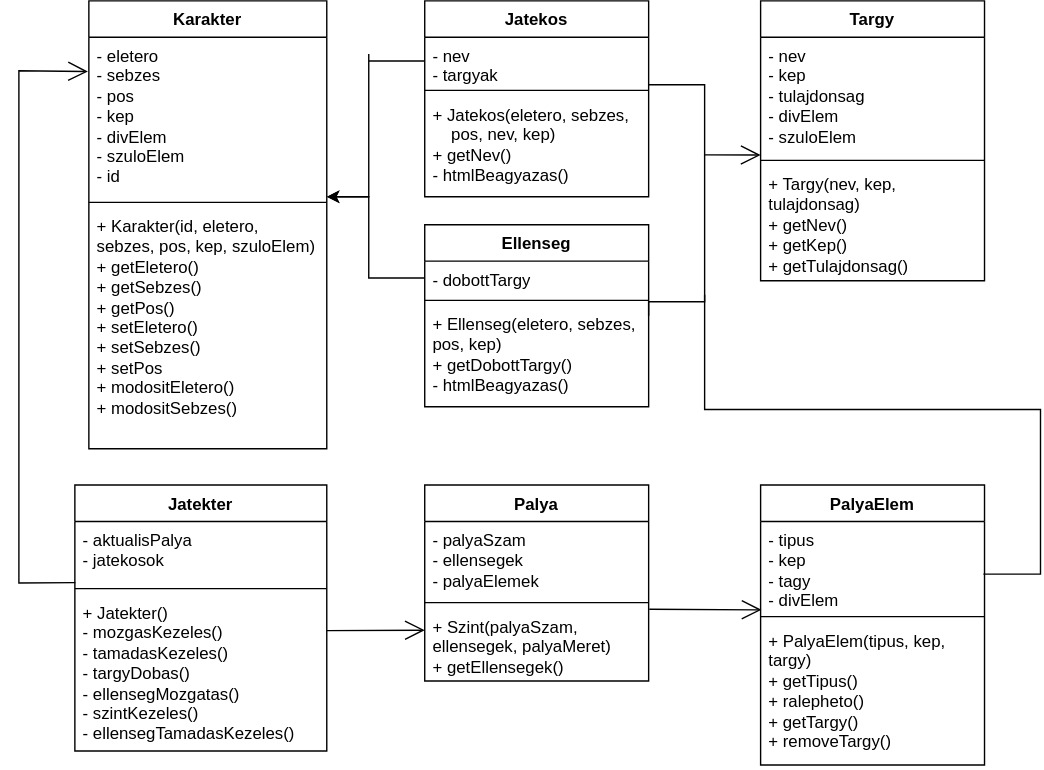
Ez-meg-egyes/Multiplayer-jatek keeps this draw.io diagram as Dokumentumok/Jatek_Osztalyok.svg. Above is the earlier version. Source tidied: cells renumbered, new cells last; positions are measured from the earlier drawing's top-left corner, leaving out a move shared by most shapes.
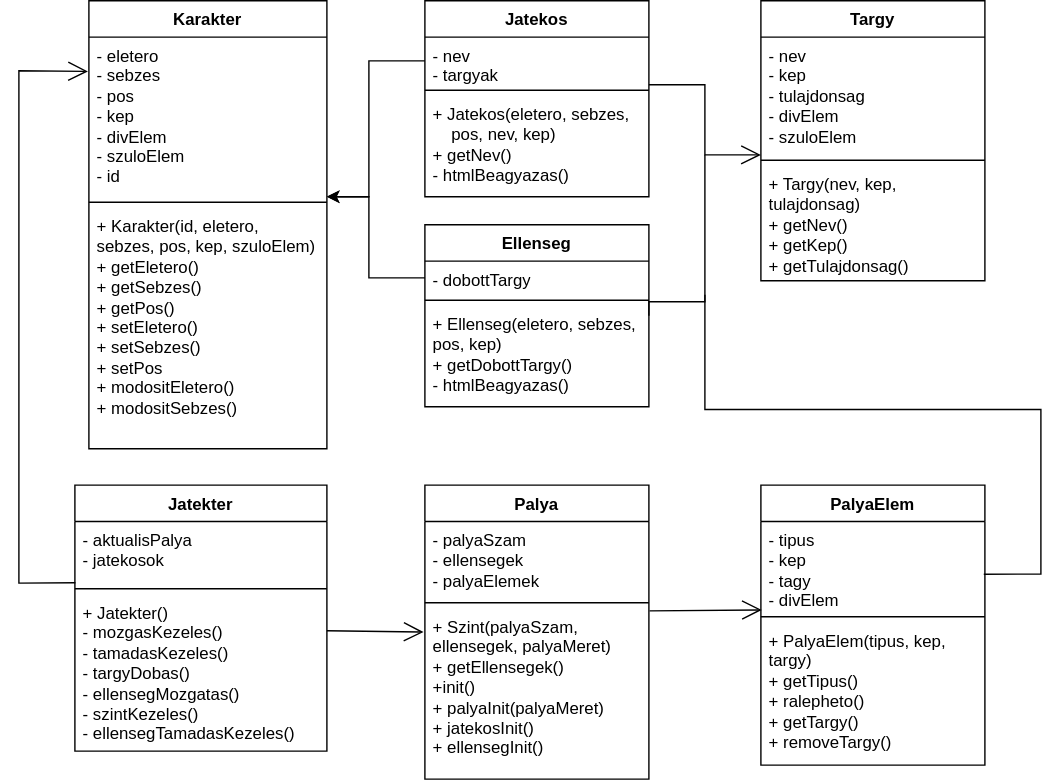
Above is the later version.

What changed in the source:
```diff
@@ -15,7 +15,7 @@
       <mxGeometry y="118" width="160" height="82" as="geometry" />
     </mxCell>
     <mxCell id="6" value="Palya" style="swimlane;fontStyle=1;align=center;verticalAlign=top;horizontal=1;startSize=26;whiteSpace=wrap;html=1;" parent="1" vertex="1">
-      <mxGeometry x="290" y="346" width="160" height="140" as="geometry" />
+      <mxGeometry x="290" y="346" width="160" height="210" as="geometry" />
     </mxCell>
     <mxCell id="7" value="- palyaSzam&lt;br&gt;- ellensegek&lt;br&gt;- palyaElemek" style="text;strokeColor=none;fillColor=none;align=left;verticalAlign=top;spacingLeft=4;spacingRight=4;overflow=hidden;whiteSpace=wrap;html=1;" parent="6" vertex="1">
       <mxGeometry y="26" width="160" height="54" as="geometry" />
@@ -23,13 +23,13 @@
     <mxCell id="8" style="line;strokeWidth=1;fillColor=none;align=left;verticalAlign=middle;spacingTop=-1;spacingLeft=3;spacingRight=3;labelPosition=right;strokeColor=inherit;" parent="6" vertex="1">
       <mxGeometry y="80" width="160" height="8" as="geometry" />
     </mxCell>
-    <mxCell id="9" style="endArrow=open;endFill=1;endSize=12;html=1;rounded=0;entryX=0;entryY=0.302;entryDx=0;entryDy=0;entryPerimeter=0;" parent="6" edge="1" target="10">
+    <mxCell id="9" style="endArrow=open;endFill=1;endSize=12;html=1;rounded=0;entryX=-0.006;entryY=0.139;entryDx=0;entryDy=0;entryPerimeter=0;" parent="6" edge="1" target="10">
       <mxGeometry relative="1" as="geometry">
         <mxPoint x="-70" y="104" as="sourcePoint" />
       </mxGeometry>
     </mxCell>
-    <mxCell id="10" value="+ Szint(palyaSzam, ellensegek, palyaMeret)&lt;br&gt;+ getEllensegek()" style="text;strokeColor=none;fillColor=none;align=left;verticalAlign=top;spacingLeft=4;spacingRight=4;overflow=hidden;points=[[0,0.5],[1,0.5]];portConstraint=eastwest;whiteSpace=wrap;html=1;" parent="6" vertex="1">
-      <mxGeometry y="88" width="160" height="52" as="geometry" />
+    <mxCell id="10" value="+ Szint(palyaSzam, ellensegek, palyaMeret)&lt;br&gt;+ getEllensegek()&lt;br&gt;+init()&lt;br&gt;+ palyaInit(palyaMeret)&lt;br&gt;+ jatekosInit()&lt;br&gt;+ ellensegInit()" style="text;strokeColor=none;fillColor=none;align=left;verticalAlign=top;spacingLeft=4;spacingRight=4;overflow=hidden;points=[[0,0.5],[1,0.5]];portConstraint=eastwest;whiteSpace=wrap;html=1;" parent="6" vertex="1">
+      <mxGeometry y="88" width="160" height="122" as="geometry" />
     </mxCell>
     <mxCell id="11" style="edgeStyle=orthogonalEdgeStyle;rounded=0;jettySize=auto;html=1;exitX=0;exitY=0.5;exitDx=0;exitDy=0;" parent="1" edge="1" source="13">
       <mxGeometry relative="1" as="geometry">
@@ -104,9 +104,8 @@
       <mxGeometry relative="1" as="geometry">
         <mxPoint x="220" y="140" as="targetPoint" />
         <Array as="points">
-          <mxPoint x="250" y="38" />
+          <mxPoint x="250" y="43" />
           <mxPoint x="250" y="140" />
-          <mxPoint x="210" y="140" />
         </Array>
       </mxGeometry>
     </mxCell>
```
